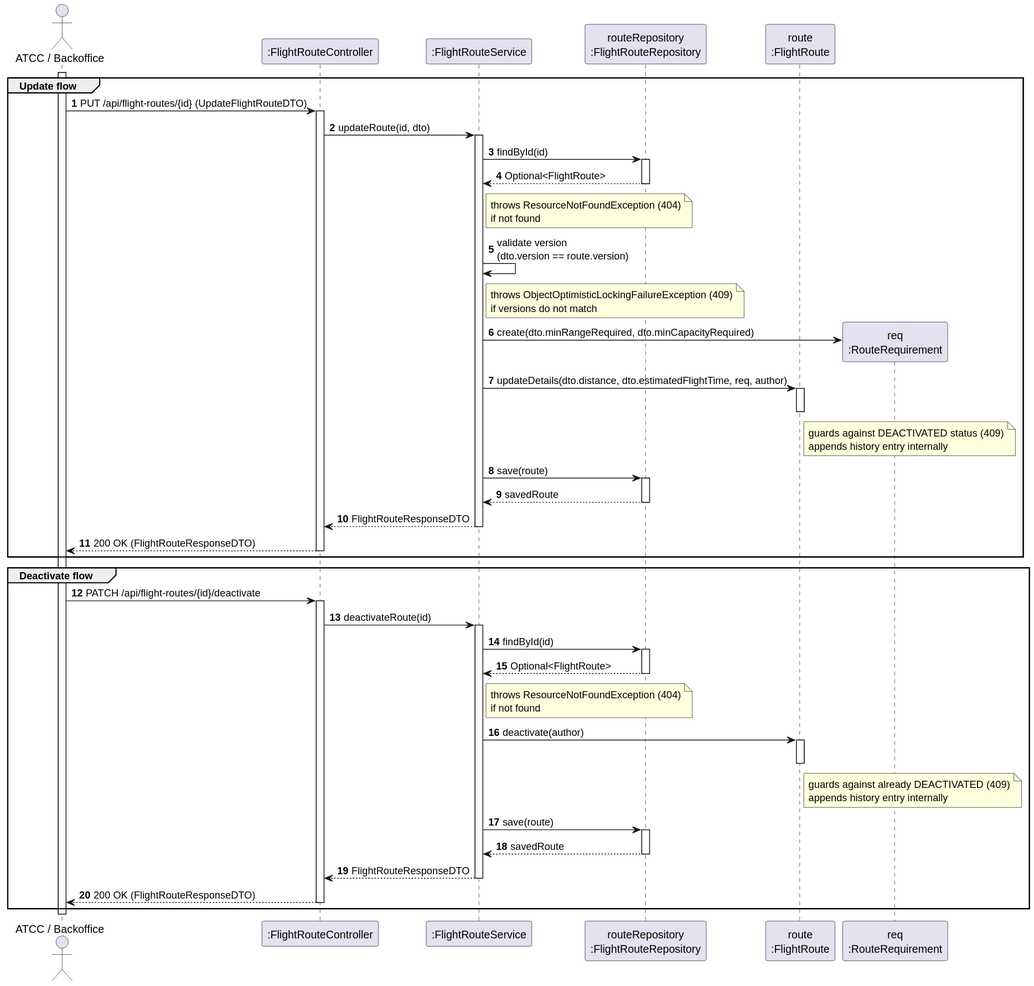
The PlantUML diagram docs/use-cases/WP#3A/US112/svg/US112-SD.svg in Andre-1240567/psoft2026_2DB_1240567_1241013_1240624, before a commit.
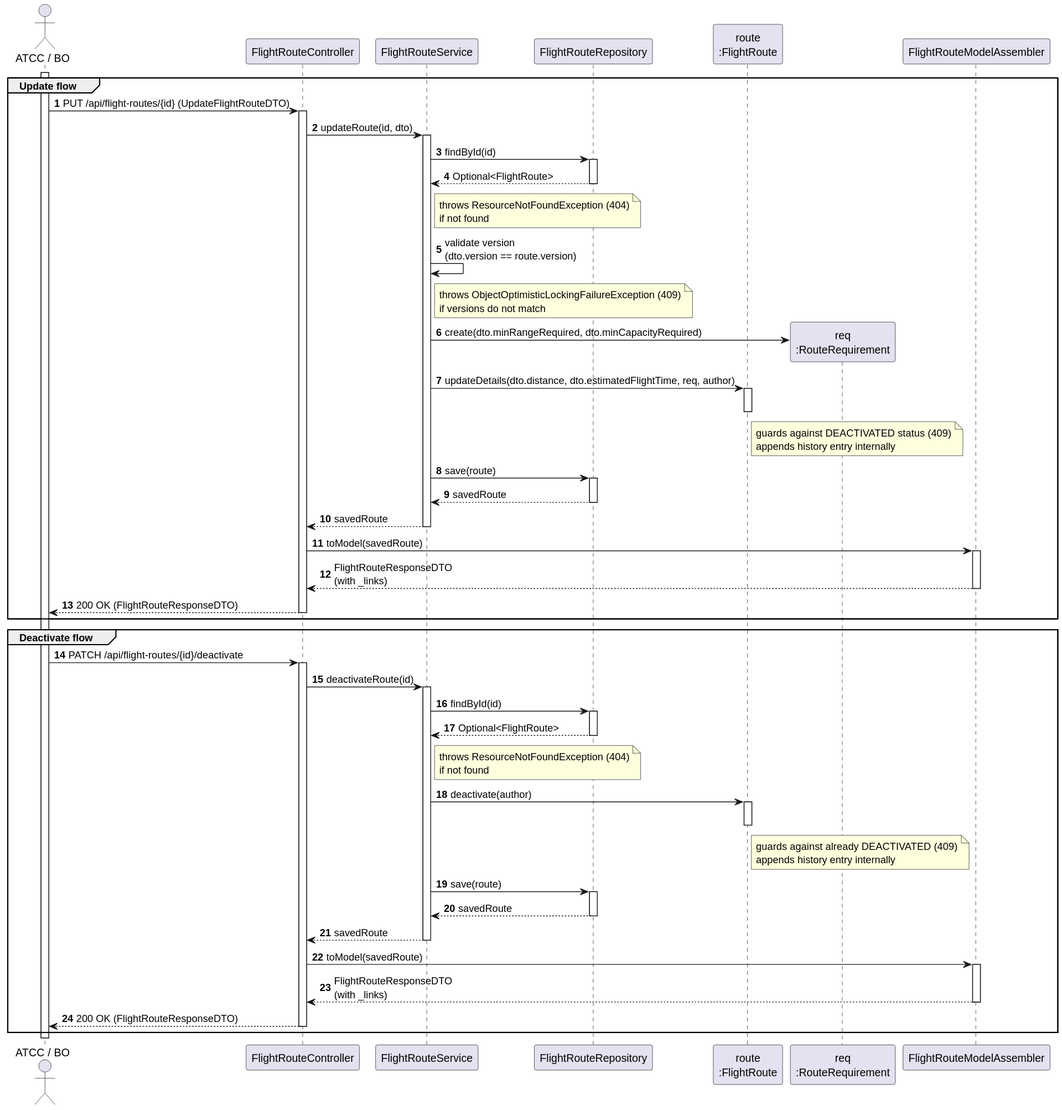
After the commit.

Change to the diagram source:
```diff
@@ -1,75 +1,88 @@
 @startuml
 autonumber
-actor "ATCC / Backoffice" as Actor
-participant ":FlightRouteController" as Ctrl
-participant ":FlightRouteService" as Service
-participant "routeRepository\n:FlightRouteRepository" as Repo
+actor "ATCC / BO" as Actor
+participant "FlightRouteController" as Ctrl
+participant "FlightRouteService" as Service
+participant "FlightRouteRepository" as Repo
 participant "route\n:FlightRoute" as Route
 participant "req\n:RouteRequirement" as Req
+participant "FlightRouteModelAssembler" as Assembler
 
 activate Actor
 
 group Update flow
-Actor -> Ctrl: PUT /api/flight-routes/{id} (UpdateFlightRouteDTO)
-activate Ctrl
+    Actor -> Ctrl: PUT /api/flight-routes/{id} (UpdateFlightRouteDTO)
+    activate Ctrl
 
-Ctrl -> Service: updateRoute(id, dto)
-activate Service
+    Ctrl -> Service: updateRoute(id, dto)
+    activate Service
 
-Service -> Repo: findById(id)
-activate Repo
-Repo --> Service: Optional<FlightRoute>
-deactivate Repo
-note right of Service: throws ResourceNotFoundException (404)\nif not found
+    Service -> Repo: findById(id)
+    activate Repo
+    Repo --> Service: Optional<FlightRoute>
+    deactivate Repo
+    note right of Service: throws ResourceNotFoundException (404)\nif not found
 
-Service -> Service: validate version\n(dto.version == route.version)
-note right of Service: throws ObjectOptimisticLockingFailureException (409)\nif versions do not match
+    Service -> Service: validate version\n(dto.version == route.version)
+    note right of Service: throws ObjectOptimisticLockingFailureException (409)\nif versions do not match
 
-Service -> Req**: create(dto.minRangeRequired, dto.minCapacityRequired)
+    Service -> Req**: create(dto.minRangeRequired, dto.minCapacityRequired)
 
-Service -> Route: updateDetails(dto.distance, dto.estimatedFlightTime, req, author)
-activate Route
-note right of Route: guards against DEACTIVATED status (409)\nappends history entry internally
-deactivate Route
+    Service -> Route: updateDetails(dto.distance, dto.estimatedFlightTime, req, author)
+    activate Route
+    note right of Route: guards against DEACTIVATED status (409)\nappends history entry internally
+    deactivate Route
 
-Service -> Repo: save(route)
-activate Repo
-Repo --> Service: savedRoute
-deactivate Repo
+    Service -> Repo: save(route)
+    activate Repo
+    Repo --> Service: savedRoute
+    deactivate Repo
 
-Service --> Ctrl: FlightRouteResponseDTO
-deactivate Service
-Ctrl --> Actor: 200 OK (FlightRouteResponseDTO)
-deactivate Ctrl
+    Service --> Ctrl: savedRoute
+    deactivate Service
+
+    Ctrl -> Assembler: toModel(savedRoute)
+    activate Assembler
+    Assembler --> Ctrl: FlightRouteResponseDTO\n(with _links)
+    deactivate Assembler
+
+    Ctrl --> Actor: 200 OK (FlightRouteResponseDTO)
+    deactivate Ctrl
 end
 
 group Deactivate flow
-Actor -> Ctrl: PATCH /api/flight-routes/{id}/deactivate
-activate Ctrl
+    Actor -> Ctrl: PATCH /api/flight-routes/{id}/deactivate
+    activate Ctrl
 
-Ctrl -> Service: deactivateRoute(id)
-activate Service
+    Ctrl -> Service: deactivateRoute(id)
+    activate Service
 
-Service -> Repo: findById(id)
-activate Repo
-Repo --> Service: Optional<FlightRoute>
-deactivate Repo
-note right of Service: throws ResourceNotFoundException (404)\nif not found
+    Service -> Repo: findById(id)
+    activate Repo
+    Repo --> Service: Optional<FlightRoute>
+    deactivate Repo
+    note right of Service: throws ResourceNotFoundException (404)\nif not found
 
-Service -> Route: deactivate(author)
-activate Route
-note right of Route: guards against already DEACTIVATED (409)\nappends history entry internally
-deactivate Route
+    Service -> Route: deactivate(author)
+    activate Route
+    note right of Route: guards against already DEACTIVATED (409)\nappends history entry internally
+    deactivate Route
 
-Service -> Repo: save(route)
-activate Repo
-Repo --> Service: savedRoute
-deactivate Repo
+    Service -> Repo: save(route)
+    activate Repo
+    Repo --> Service: savedRoute
+    deactivate Repo
 
-Service --> Ctrl: FlightRouteResponseDTO
-deactivate Service
-Ctrl --> Actor: 200 OK (FlightRouteResponseDTO)
-deactivate Ctrl
+    Service --> Ctrl: savedRoute
+    deactivate Service
+
+    Ctrl -> Assembler: toModel(savedRoute)
+    activate Assembler
+    Assembler --> Ctrl: FlightRouteResponseDTO\n(with _links)
+    deactivate Assembler
+
+    Ctrl --> Actor: 200 OK (FlightRouteResponseDTO)
+    deactivate Ctrl
 end
 
 deactivate Actor
```
